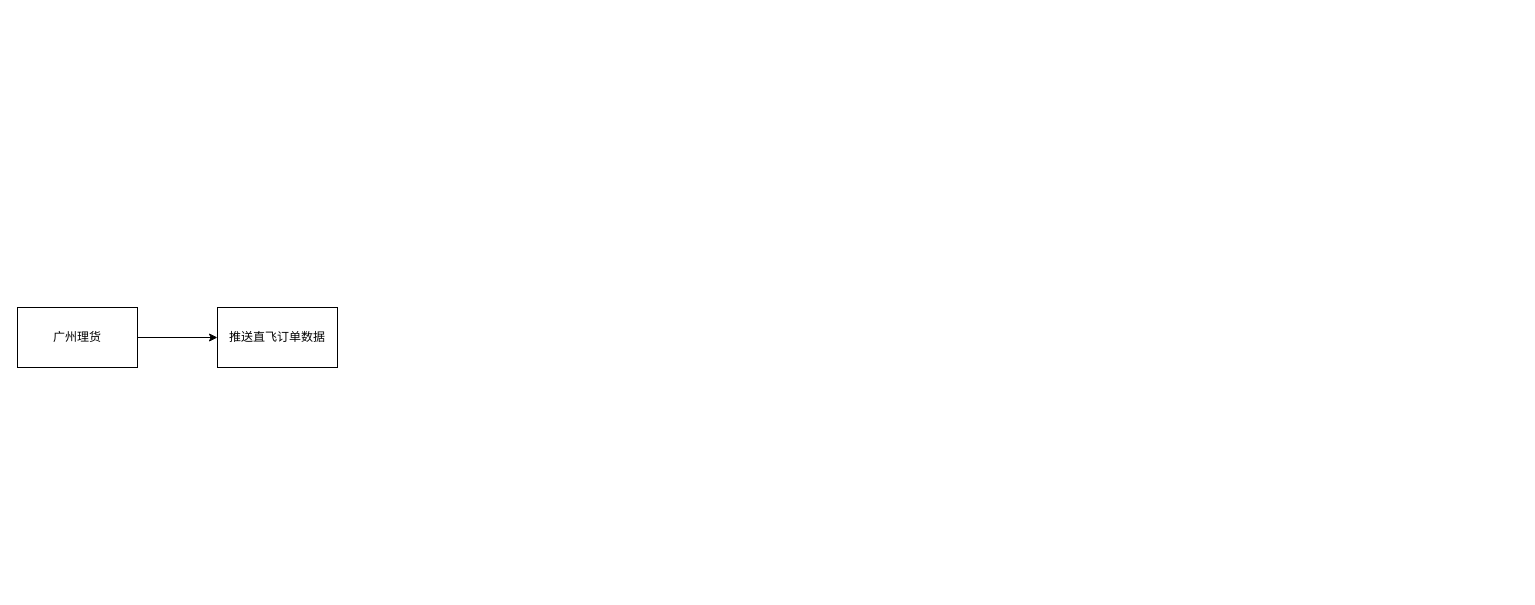
Before: 广州直飞流程梳理.drawio in HugBoomsj/draw, a draw.io diagram. Source tidied: cells renumbered, new cells numbered last; positions are measured from the earlier drawing's top-left corner, leaving out a move shared by most shapes. Both pictures are drawn from the tidied source at 100%, with x=0, y=0 at pixel (17, 307).
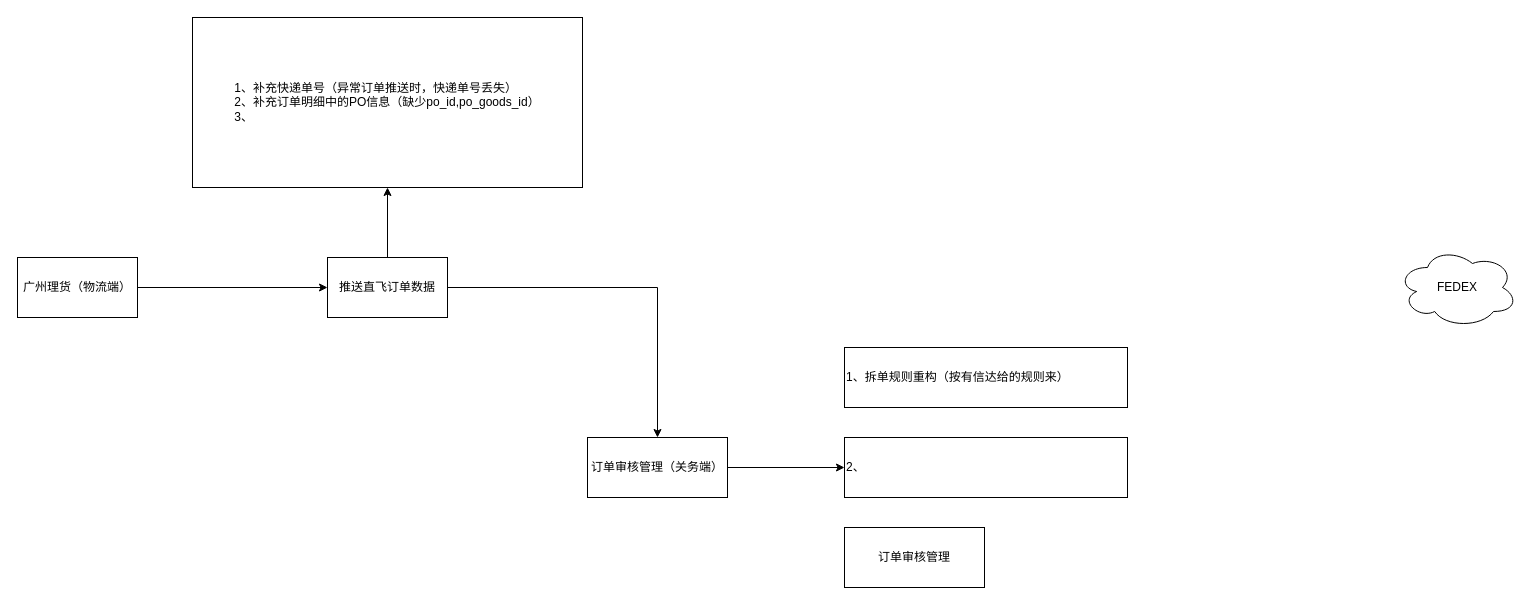
Above is the later version.

Commit message:
Update 广州直飞流程梳理.drawio

Change to the diagram source:
```diff
@@
 <mxGraphModel>
   <root>
     <mxCell id="0" />
     <mxCell id="1" parent="0" />
     <mxCell id="2" style="edgeStyle=orthogonalEdgeStyle;rounded=0;jettySize=auto;html=1;" parent="1" edge="1" source="3" target="4">
       <mxGeometry relative="1" as="geometry" />
     </mxCell>
-    <mxCell id="3" value="广州理货" style="rounded=0;whiteSpace=wrap;html=1;" parent="1" vertex="1">
-      <mxGeometry width="120" height="60" as="geometry" />
+    <mxCell id="3" value="广州理货（物流端）" style="rounded=0;whiteSpace=wrap;html=1;" parent="1" vertex="1">
+      <mxGeometry y="-50" width="120" height="60" as="geometry" />
     </mxCell>
+    <mxCell id="5" style="edgeStyle=orthogonalEdgeStyle;rounded=0;jettySize=auto;html=1;" parent="1" edge="1" source="4" target="8">
+      <mxGeometry relative="1" as="geometry" />
+    </mxCell>
+    <mxCell id="6" style="edgeStyle=orthogonalEdgeStyle;rounded=0;jettySize=auto;html=1;exitX=0.5;exitY=0;exitDx=0;exitDy=0;" parent="1" edge="1" source="4" target="10">
+      <mxGeometry relative="1" as="geometry" />
+    </mxCell>
     <mxCell id="4" value="推送直飞订单数据" style="whiteSpace=wrap;html=1;rounded=0;" parent="1" vertex="1">
-      <mxGeometry x="200" width="120" height="60" as="geometry" />
+      <mxGeometry x="310" y="-50" width="120" height="60" as="geometry" />
     </mxCell>
+    <mxCell id="7" style="edgeStyle=orthogonalEdgeStyle;rounded=0;jettySize=auto;html=1;exitX=1;exitY=0.5;exitDx=0;exitDy=0;entryX=0;entryY=0.5;entryDx=0;entryDy=0;" parent="1" edge="1" source="8" target="12">
+      <mxGeometry relative="1" as="geometry" />
+    </mxCell>
+    <mxCell id="8" value="订单审核管理（关务端）" style="whiteSpace=wrap;html=1;rounded=0;" parent="1" vertex="1">
+      <mxGeometry x="570" y="130" width="140" height="60" as="geometry" />
+    </mxCell>
+    <mxCell id="9" value="FEDEX" style="ellipse;shape=cloud;whiteSpace=wrap;html=1;" parent="1" vertex="1">
+      <mxGeometry x="1380" y="-60" width="120" height="80" as="geometry" />
+    </mxCell>
+    <mxCell id="10" value="&lt;div style=&quot;text-align: left&quot;&gt;&lt;span&gt;1、补充快递单号（异常订单推送时，快递单号丢失）&lt;/span&gt;&lt;/div&gt;&lt;div style=&quot;text-align: left&quot;&gt;&lt;span&gt;2、补充订单明细中的PO信息（缺少po_id,po_goods_id）&lt;/span&gt;&lt;/div&gt;&lt;div style=&quot;text-align: left&quot;&gt;&lt;span&gt;3、&lt;/span&gt;&lt;/div&gt;" style="whiteSpace=wrap;html=1;rounded=0;" parent="1" vertex="1">
+      <mxGeometry x="175" y="-290" width="390" height="170" as="geometry" />
+    </mxCell>
+    <mxCell id="11" value="1、拆单规则重构（按有信达给的规则来）" style="whiteSpace=wrap;html=1;rounded=0;align=left;" parent="1" vertex="1">
+      <mxGeometry x="827" y="40" width="283" height="60" as="geometry" />
+    </mxCell>
+    <mxCell id="12" value="2、" style="whiteSpace=wrap;html=1;rounded=0;align=left;" parent="1" vertex="1">
+      <mxGeometry x="827" y="130" width="283" height="60" as="geometry" />
+    </mxCell>
+    <mxCell id="13" value="订单审核管理" style="whiteSpace=wrap;html=1;rounded=0;" parent="1" vertex="1">
+      <mxGeometry x="827" y="220" width="140" height="60" as="geometry" />
+    </mxCell>
   </root>
 </mxGraphModel>
```
